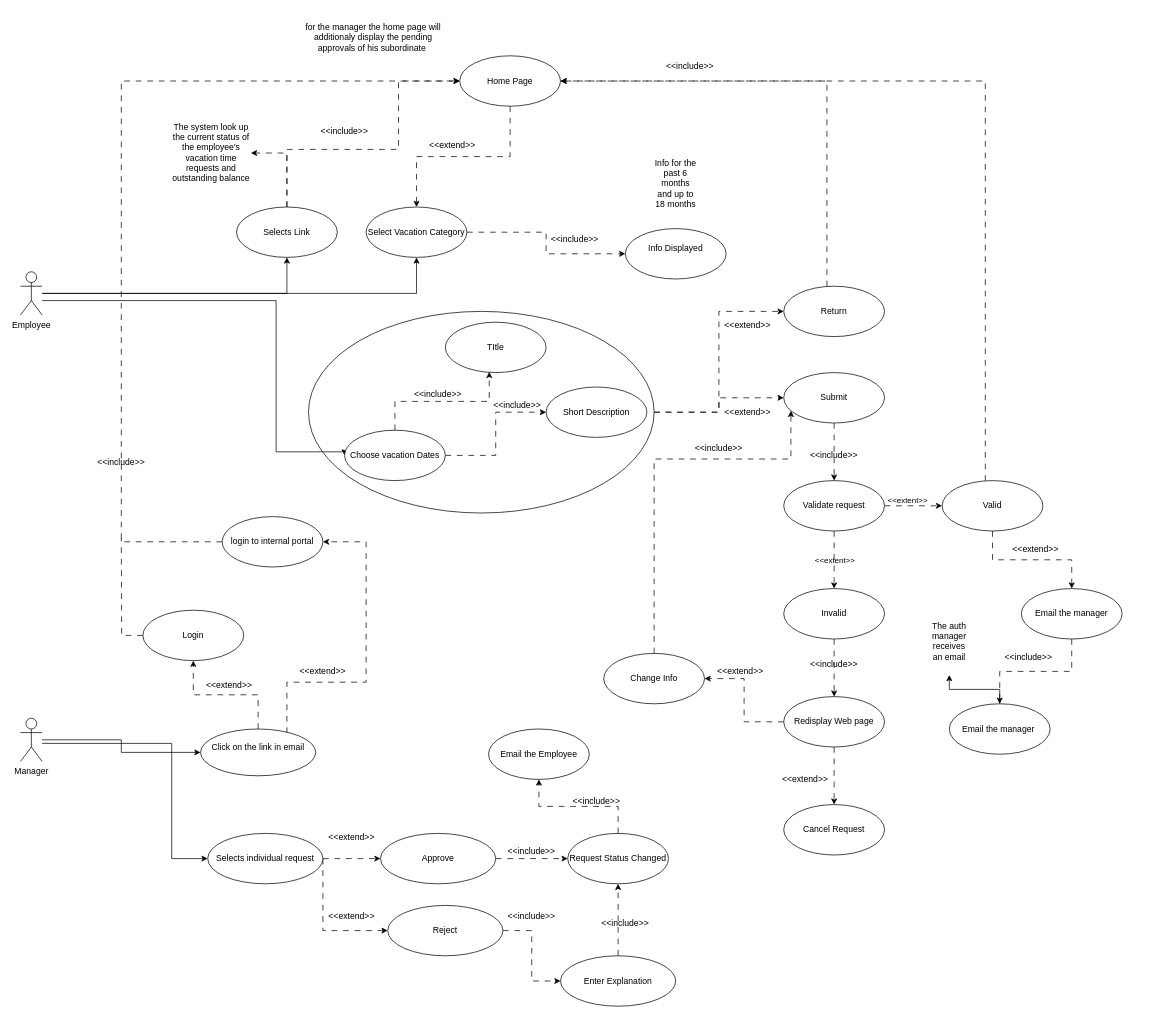
This is VTS-Manage Time-Use case Diagram.drawio from AbdallaSamirKhalifa/Vacation-Tracking-System-VTS-analysis, a draw.io file, before an edit. Source tidied: cells renumbered, new cells numbered last; positions are measured from the earlier drawing's top-left corner, leaving out a move shared by most shapes. Both pictures are drawn from the tidied source at 72%, with x=0, y=0 at pixel (20, 12).
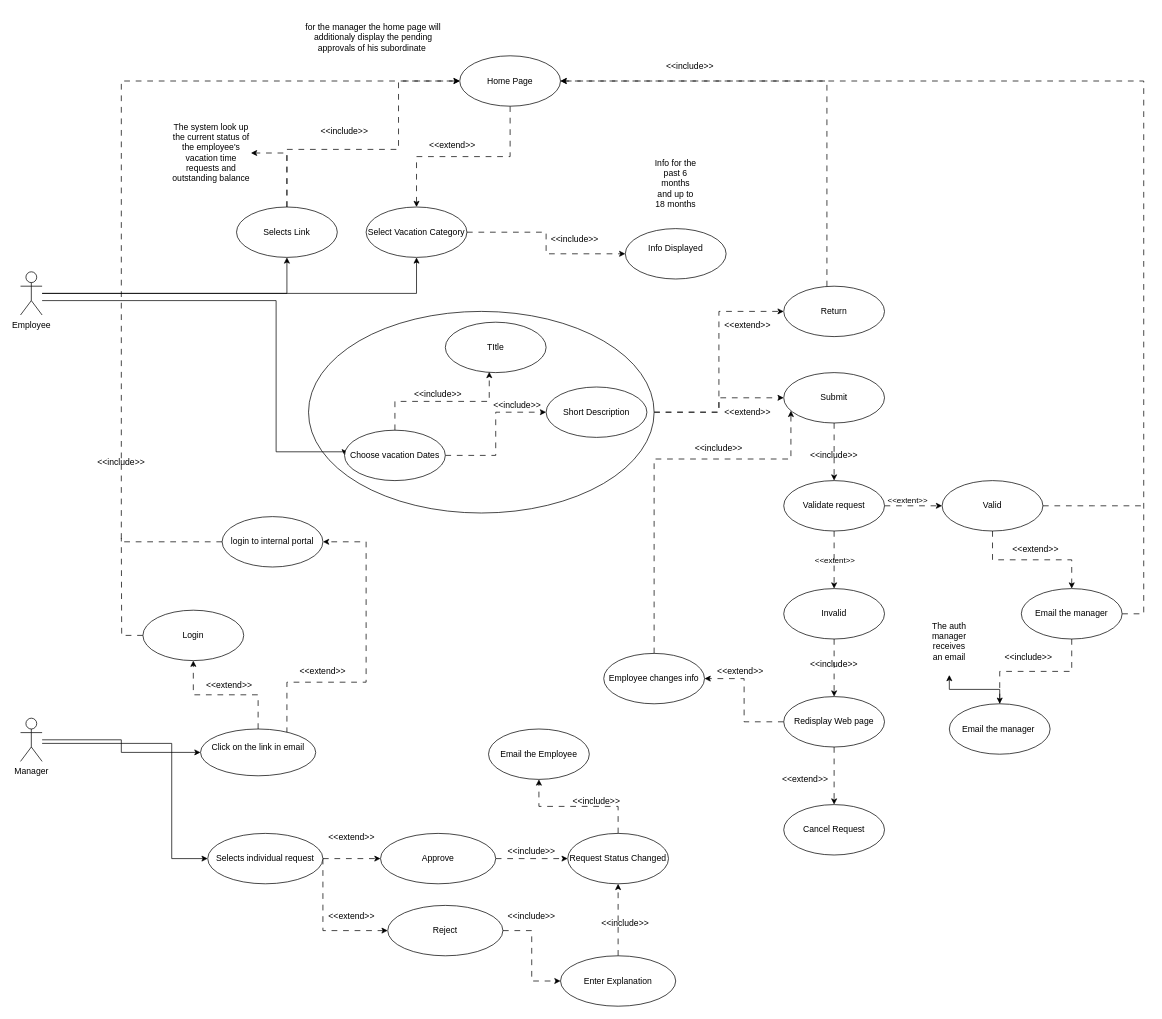
After the change.

Commit message (it also covers changes not shown here):
Updated the use case diagram

Unchanged cells that the change refers to:
```xml
<mxCell id="31" value="Home Page" style="ellipse;whiteSpace=wrap;html=1;" parent="1" vertex="1">
  <mxGeometry x="610" y="60" width="140" height="70" as="geometry" />
</mxCell>
<mxCell id="46" value="Valid" style="ellipse;whiteSpace=wrap;html=1;" parent="1" vertex="1">
  <mxGeometry x="1280" y="650" width="140" height="70" as="geometry" />
</mxCell>
<mxCell id="56" value="Email the manager" style="ellipse;whiteSpace=wrap;html=1;" parent="1" vertex="1">
  <mxGeometry x="1390" y="800" width="140" height="70" as="geometry" />
</mxCell>
```

Diff of the diagram source:
```diff
@@
-    <mxCell id="44" style="edgeStyle=orthogonalEdgeStyle;rounded=0;jettySize=auto;html=1;entryX=1;entryY=0.5;entryDx=0;entryDy=0;dashed=1;dashPattern=8 8;" parent="1" edge="1" source="46" target="31">
+    <mxCell id="44" style="edgeStyle=orthogonalEdgeStyle;rounded=0;jettySize=auto;html=1;entryX=1;entryY=0.5;entryDx=0;entryDy=0;dashed=1;dashPattern=8 8;exitX=1;exitY=0.5;exitDx=0;exitDy=0;" parent="1" edge="1" source="56" target="31">
       <mxGeometry relative="1" as="geometry">
         <Array as="points">
-          <mxPoint x="1340" y="95" />
+          <mxPoint x="1560" y="835" />
+          <mxPoint x="1560" y="95" />
         </Array>
       </mxGeometry>
     </mxCell>
@@
+    <mxCell id="96" style="edgeStyle=orthogonalEdgeStyle;rounded=0;jettySize=auto;html=1;endArrow=none;endFill=0;dashed=1;dashPattern=8 8;" parent="1" edge="1" source="46">
+      <mxGeometry relative="1" as="geometry">
+        <mxPoint x="1560" y="685" as="targetPoint" />
+      </mxGeometry>
+    </mxCell>
@@
-    <mxCell id="65" value="Change Info" style="ellipse;whiteSpace=wrap;html=1;" parent="1" vertex="1">
+    <mxCell id="65" value="Employee changes info" style="ellipse;whiteSpace=wrap;html=1;" parent="1" vertex="1">
       <mxGeometry x="810" y="890" width="140" height="70" as="geometry" />
     </mxCell>
```
